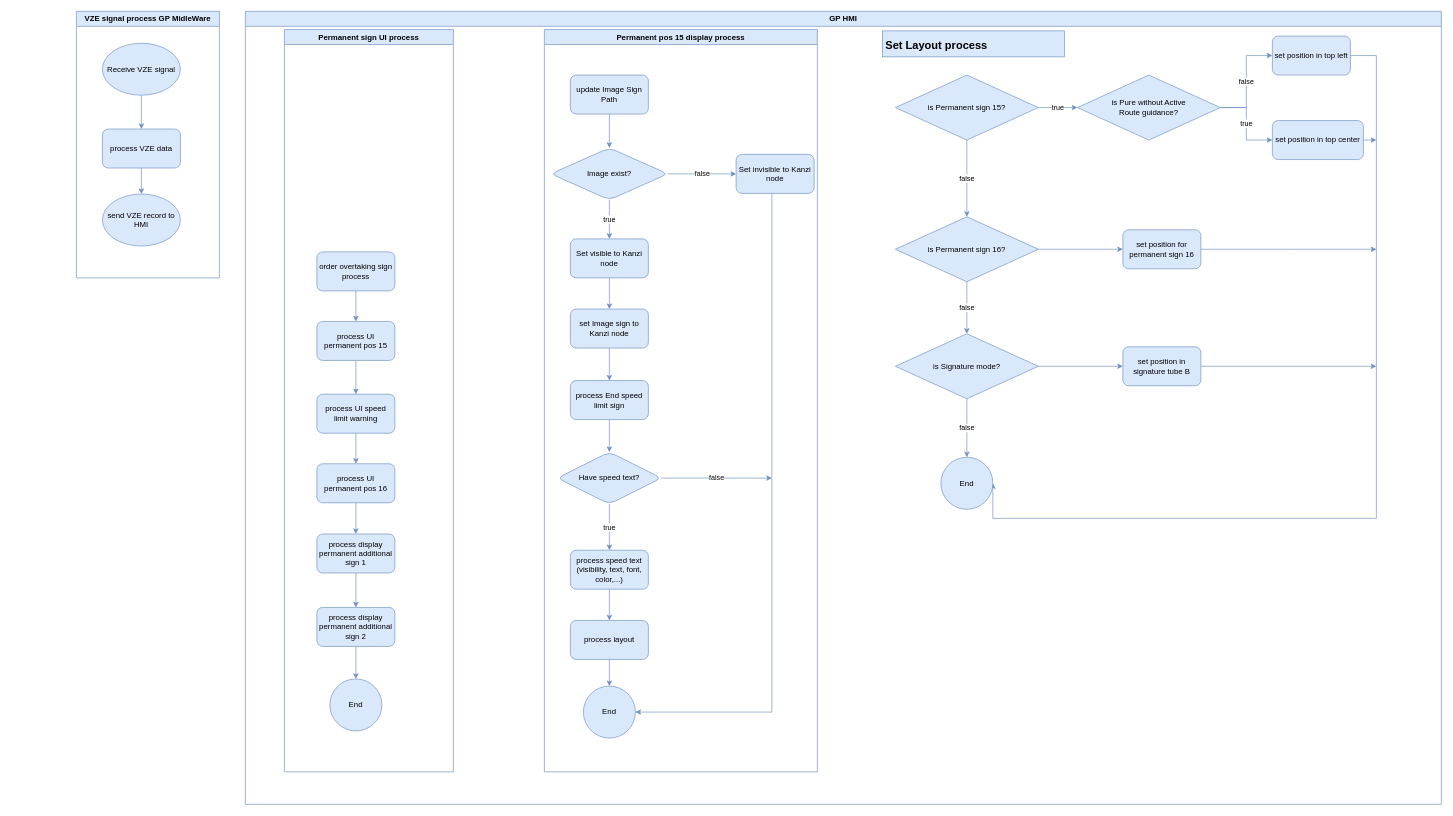
Earlier version of the draw.io diagram permanent_logic.drawio (LinhLa/Temp). Source tidied: cells renumbered, new cells numbered last; positions are measured from the earlier drawing's top-left corner, leaving out a move shared by most shapes. Both pictures are drawn from the tidied source at 65%, with x=0, y=0 at pixel (76, 11).
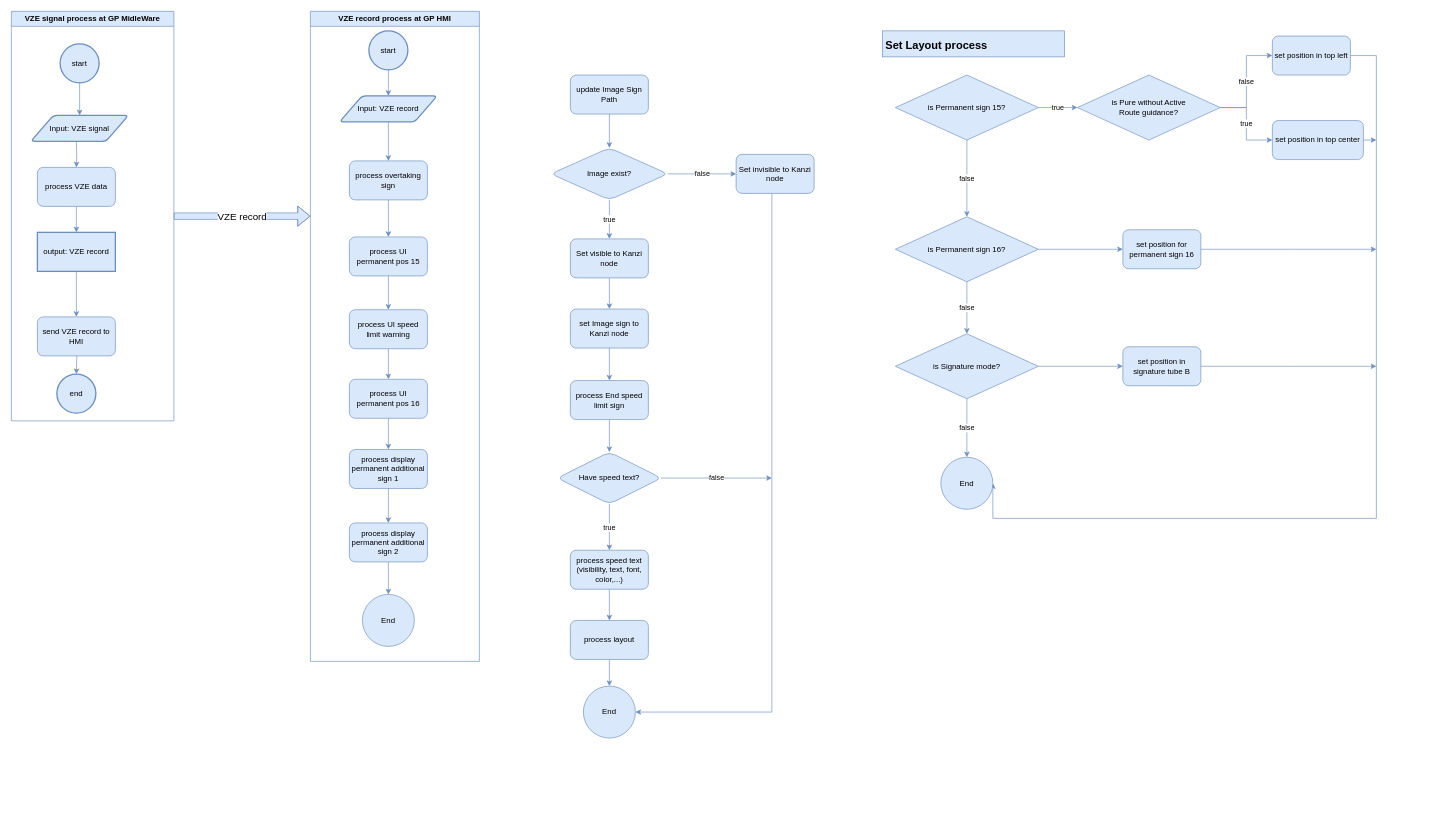
After the change.

The edit, as a diff of the source:
```diff
@@
-    <mxCell id="2" style="edgeStyle=orthogonalEdgeStyle;rounded=0;jettySize=auto;html=1;fillColor=#dae8fc;strokeColor=#6c8ebf;" parent="1" edge="1" source="3" target="17">
-      <mxGeometry relative="1" as="geometry" />
-    </mxCell>
-    <mxCell id="3" value="process UI permanent pos 16" style="whiteSpace=wrap;html=1;rounded=1;glass=0;strokeWidth=1;shadow=0;fillColor=#dae8fc;strokeColor=#6c8ebf;" parent="1" vertex="1">
-      <mxGeometry x="370" y="696" width="120" height="60" as="geometry" />
-    </mxCell>
-    <mxCell id="4" value="End" style="ellipse;whiteSpace=wrap;html=1;fillColor=#dae8fc;strokeColor=#6c8ebf;" parent="1" vertex="1">
-      <mxGeometry x="390" y="1027" width="80" height="80" as="geometry" />
-    </mxCell>
-    <mxCell id="5" style="edgeStyle=orthogonalEdgeStyle;rounded=0;jettySize=auto;html=1;fillColor=#dae8fc;strokeColor=#6c8ebf;" parent="1" edge="1" source="6" target="15">
-      <mxGeometry relative="1" as="geometry" />
-    </mxCell>
-    <mxCell id="6" value="process UI permanent pos 15" style="rounded=1;whiteSpace=wrap;html=1;fillColor=#dae8fc;strokeColor=#6c8ebf;" parent="1" vertex="1">
-      <mxGeometry x="370" y="477" width="120" height="60" as="geometry" />
-    </mxCell>
@@
-    <mxCell id="14" style="edgeStyle=orthogonalEdgeStyle;rounded=0;jettySize=auto;html=1;fillColor=#dae8fc;strokeColor=#6c8ebf;" parent="1" edge="1" source="15" target="3">
-      <mxGeometry relative="1" as="geometry" />
-    </mxCell>
-    <mxCell id="15" value="process UI speed limit warning" style="whiteSpace=wrap;html=1;fillColor=#dae8fc;strokeColor=#6c8ebf;rounded=1;" parent="1" vertex="1">
-      <mxGeometry x="370" y="589" width="120" height="60" as="geometry" />
-    </mxCell>
-    <mxCell id="16" style="edgeStyle=orthogonalEdgeStyle;rounded=0;jettySize=auto;html=1;fillColor=#dae8fc;strokeColor=#6c8ebf;" parent="1" edge="1" source="17" target="19">
-      <mxGeometry relative="1" as="geometry" />
-    </mxCell>
-    <mxCell id="17" value="process display permanent additional sign 1" style="whiteSpace=wrap;html=1;rounded=1;glass=0;strokeWidth=1;shadow=0;fillColor=#dae8fc;strokeColor=#6c8ebf;" parent="1" vertex="1">
-      <mxGeometry x="370" y="804" width="120" height="60" as="geometry" />
-    </mxCell>
-    <mxCell id="18" style="edgeStyle=orthogonalEdgeStyle;rounded=0;jettySize=auto;html=1;fillColor=#dae8fc;strokeColor=#6c8ebf;" parent="1" edge="1" source="19" target="4">
-      <mxGeometry relative="1" as="geometry" />
-    </mxCell>
-    <mxCell id="19" value="process display permanent additional sign 2" style="whiteSpace=wrap;html=1;rounded=1;glass=0;strokeWidth=1;shadow=0;fillColor=#dae8fc;strokeColor=#6c8ebf;" parent="1" vertex="1">
-      <mxGeometry x="370" y="917" width="120" height="60" as="geometry" />
-    </mxCell>
-    <mxCell id="20" style="edgeStyle=orthogonalEdgeStyle;rounded=0;jettySize=auto;html=1;fillColor=#dae8fc;strokeColor=#6c8ebf;" parent="1" edge="1" source="21" target="6">
-      <mxGeometry relative="1" as="geometry" />
-    </mxCell>
-    <mxCell id="21" value="order overtaking sign process" style="rounded=1;whiteSpace=wrap;html=1;fillColor=#dae8fc;strokeColor=#6c8ebf;" parent="1" vertex="1">
-      <mxGeometry x="370" y="370" width="120" height="60" as="geometry" />
-    </mxCell>
@@
-    <mxCell id="58" value="GP HMI" style="swimlane;whiteSpace=wrap;html=1;fillColor=#dae8fc;strokeColor=#6c8ebf;" parent="1" vertex="1">
-      <mxGeometry x="260" width="1840" height="1220" as="geometry" />
-    </mxCell>
-    <mxCell id="59" value="Permanent sign UI process" style="swimlane;whiteSpace=wrap;html=1;fillColor=#dae8fc;strokeColor=#6c8ebf;" parent="58" vertex="1">
-      <mxGeometry x="60" y="28" width="260" height="1142" as="geometry" />
-    </mxCell>
-    <mxCell id="60" value="Permanent pos 15 display process" style="swimlane;whiteSpace=wrap;html=1;fillColor=#dae8fc;strokeColor=#6c8ebf;" parent="58" vertex="1">
-      <mxGeometry x="460" y="28" width="420" height="1142" as="geometry" />
-    </mxCell>
+    <mxCell id="67" value="&lt;font style=&quot;font-size: 15px;&quot;&gt;VZE record&lt;/font&gt;" style="edgeStyle=orthogonalEdgeStyle;rounded=0;jettySize=auto;html=1;shape=flexArrow;fillColor=#dae8fc;strokeColor=#6c8ebf;" parent="1" edge="1" source="61">
+      <mxGeometry relative="1" as="geometry">
+        <mxPoint x="360" y="315" as="targetPoint" />
+      </mxGeometry>
+    </mxCell>
-    <mxCell id="61" value="VZE signal process GP MidleWare" style="swimlane;whiteSpace=wrap;html=1;fillColor=#dae8fc;strokeColor=#6c8ebf;" parent="1" vertex="1">
-      <mxGeometry width="220" height="410" as="geometry" />
+    <mxCell id="61" value="VZE signal process at GP MidleWare" style="swimlane;whiteSpace=wrap;html=1;fillColor=#dae8fc;strokeColor=#6c8ebf;" parent="1" vertex="1">
+      <mxGeometry x="-100" width="250" height="630" as="geometry" />
     </mxCell>
+    <mxCell id="68" style="edgeStyle=orthogonalEdgeStyle;rounded=0;jettySize=auto;html=1;fillColor=#dae8fc;strokeColor=#6c8ebf;" parent="61" edge="1" source="62" target="75">
+      <mxGeometry relative="1" as="geometry" />
+    </mxCell>
     <mxCell id="62" value="process VZE data" style="whiteSpace=wrap;html=1;fillColor=#dae8fc;strokeColor=#6c8ebf;rounded=1;" parent="61" vertex="1">
-      <mxGeometry x="40" y="181" width="120" height="60" as="geometry" />
+      <mxGeometry x="40" y="240" width="120" height="60" as="geometry" />
     </mxCell>
+    <mxCell id="69" style="edgeStyle=orthogonalEdgeStyle;rounded=0;jettySize=auto;html=1;fillColor=#dae8fc;strokeColor=#6c8ebf;" parent="61" edge="1" target="72">
+      <mxGeometry relative="1" as="geometry">
+        <mxPoint x="100" y="510" as="sourcePoint" />
+      </mxGeometry>
+    </mxCell>
+    <mxCell id="70" style="edgeStyle=orthogonalEdgeStyle;rounded=0;jettySize=auto;html=1;fillColor=#dae8fc;strokeColor=#6c8ebf;" parent="61" edge="1" source="71" target="76">
+      <mxGeometry relative="1" as="geometry" />
+    </mxCell>
+    <mxCell id="71" value="start" style="strokeWidth=2;html=1;shape=mxgraph.flowchart.start_2;whiteSpace=wrap;fillColor=#dae8fc;strokeColor=#6c8ebf;" parent="61" vertex="1">
+      <mxGeometry x="75" y="50" width="60" height="60" as="geometry" />
+    </mxCell>
+    <mxCell id="72" value="end" style="strokeWidth=2;html=1;shape=mxgraph.flowchart.start_2;whiteSpace=wrap;fillColor=#dae8fc;strokeColor=#6c8ebf;" parent="61" vertex="1">
+      <mxGeometry x="70" y="558" width="60" height="60" as="geometry" />
+    </mxCell>
+    <mxCell id="73" style="edgeStyle=orthogonalEdgeStyle;rounded=0;jettySize=auto;html=1;fillColor=#dae8fc;strokeColor=#6c8ebf;" parent="61" edge="1" target="62">
+      <mxGeometry relative="1" as="geometry">
+        <mxPoint x="100" y="200" as="sourcePoint" />
+      </mxGeometry>
+    </mxCell>
-    <mxCell id="63" value="send VZE record to HMI" style="ellipse;whiteSpace=wrap;html=1;fillColor=#dae8fc;strokeColor=#6c8ebf;" parent="61" vertex="1">
-      <mxGeometry x="40" y="281" width="120" height="80" as="geometry" />
+    <mxCell id="63" value="send VZE record to HMI" style="whiteSpace=wrap;html=1;fillColor=#dae8fc;strokeColor=#6c8ebf;rounded=1;" parent="61" vertex="1">
+      <mxGeometry x="40" y="470" width="120" height="60" as="geometry" />
     </mxCell>
-    <mxCell id="64" style="edgeStyle=orthogonalEdgeStyle;rounded=0;jettySize=auto;html=1;fillColor=#dae8fc;strokeColor=#6c8ebf;" parent="61" edge="1" source="62" target="63">
-      <mxGeometry relative="1" as="geometry" />
-    </mxCell>
-    <mxCell id="65" style="edgeStyle=orthogonalEdgeStyle;rounded=0;jettySize=auto;html=1;fillColor=#dae8fc;strokeColor=#6c8ebf;" parent="61" edge="1" source="66" target="62">
-      <mxGeometry relative="1" as="geometry" />
-    </mxCell>
-    <mxCell id="66" value="Receive VZE signal" style="ellipse;whiteSpace=wrap;html=1;fillColor=#dae8fc;strokeColor=#6c8ebf;" parent="61" vertex="1">
-      <mxGeometry x="40" y="49" width="120" height="80" as="geometry" />
-    </mxCell>
+    <mxCell id="74" style="edgeStyle=orthogonalEdgeStyle;rounded=0;jettySize=auto;html=1;fillColor=#dae8fc;strokeColor=#6c8ebf;" parent="61" edge="1" source="75" target="63">
+      <mxGeometry relative="1" as="geometry" />
+    </mxCell>
+    <mxCell id="75" value="output: VZE record" style="whiteSpace=wrap;html=1;fillColor=#dae8fc;strokeColor=#6c8ebf;strokeWidth=2;" parent="61" vertex="1">
+      <mxGeometry x="40" y="340" width="120" height="60" as="geometry" />
+    </mxCell>
+    <mxCell id="76" value="Input: VZE signal" style="shape=parallelogram;html=1;strokeWidth=2;perimeter=parallelogramPerimeter;whiteSpace=wrap;rounded=1;arcSize=12;size=0.23;fillColor=#dae8fc;strokeColor=#6c8ebf;" parent="61" vertex="1">
+      <mxGeometry x="30" y="160" width="150" height="40" as="geometry" />
+    </mxCell>
+    <mxCell id="77" value="VZE record process at GP HMI" style="swimlane;whiteSpace=wrap;html=1;fillColor=#dae8fc;strokeColor=#6c8ebf;" parent="1" vertex="1">
+      <mxGeometry x="360" width="260" height="1000" as="geometry" />
+    </mxCell>
+    <mxCell id="3" value="process UI permanent pos 16" style="whiteSpace=wrap;html=1;rounded=1;glass=0;strokeWidth=1;shadow=0;fillColor=#dae8fc;strokeColor=#6c8ebf;" parent="77" vertex="1">
+      <mxGeometry x="60" y="566" width="120" height="60" as="geometry" />
+    </mxCell>
+    <mxCell id="4" value="End" style="ellipse;whiteSpace=wrap;html=1;fillColor=#dae8fc;strokeColor=#6c8ebf;" parent="77" vertex="1">
+      <mxGeometry x="80" y="897" width="80" height="80" as="geometry" />
+    </mxCell>
+    <mxCell id="6" value="process UI permanent pos 15" style="rounded=1;whiteSpace=wrap;html=1;fillColor=#dae8fc;strokeColor=#6c8ebf;" parent="77" vertex="1">
+      <mxGeometry x="60" y="347" width="120" height="60" as="geometry" />
+    </mxCell>
+    <mxCell id="14" style="edgeStyle=orthogonalEdgeStyle;rounded=0;jettySize=auto;html=1;fillColor=#dae8fc;strokeColor=#6c8ebf;" parent="77" edge="1" source="15" target="3">
+      <mxGeometry relative="1" as="geometry" />
+    </mxCell>
+    <mxCell id="15" value="process UI speed limit warning" style="whiteSpace=wrap;html=1;fillColor=#dae8fc;strokeColor=#6c8ebf;rounded=1;" parent="77" vertex="1">
+      <mxGeometry x="60" y="459" width="120" height="60" as="geometry" />
+    </mxCell>
+    <mxCell id="5" style="edgeStyle=orthogonalEdgeStyle;rounded=0;jettySize=auto;html=1;fillColor=#dae8fc;strokeColor=#6c8ebf;" parent="77" edge="1" source="6" target="15">
+      <mxGeometry relative="1" as="geometry" />
+    </mxCell>
+    <mxCell id="17" value="process display permanent additional sign 1" style="whiteSpace=wrap;html=1;rounded=1;glass=0;strokeWidth=1;shadow=0;fillColor=#dae8fc;strokeColor=#6c8ebf;" parent="77" vertex="1">
+      <mxGeometry x="60" y="674" width="120" height="60" as="geometry" />
+    </mxCell>
+    <mxCell id="2" style="edgeStyle=orthogonalEdgeStyle;rounded=0;jettySize=auto;html=1;fillColor=#dae8fc;strokeColor=#6c8ebf;" parent="77" edge="1" source="3" target="17">
+      <mxGeometry relative="1" as="geometry" />
+    </mxCell>
+    <mxCell id="18" style="edgeStyle=orthogonalEdgeStyle;rounded=0;jettySize=auto;html=1;fillColor=#dae8fc;strokeColor=#6c8ebf;" parent="77" edge="1" source="19" target="4">
+      <mxGeometry relative="1" as="geometry" />
+    </mxCell>
+    <mxCell id="19" value="process display permanent additional sign 2" style="whiteSpace=wrap;html=1;rounded=1;glass=0;strokeWidth=1;shadow=0;fillColor=#dae8fc;strokeColor=#6c8ebf;" parent="77" vertex="1">
+      <mxGeometry x="60" y="787" width="120" height="60" as="geometry" />
+    </mxCell>
+    <mxCell id="16" style="edgeStyle=orthogonalEdgeStyle;rounded=0;jettySize=auto;html=1;fillColor=#dae8fc;strokeColor=#6c8ebf;" parent="77" edge="1" source="17" target="19">
+      <mxGeometry relative="1" as="geometry" />
+    </mxCell>
+    <mxCell id="78" style="edgeStyle=orthogonalEdgeStyle;rounded=0;jettySize=auto;html=1;fillColor=#dae8fc;strokeColor=#6c8ebf;" parent="77" edge="1" source="79" target="6">
+      <mxGeometry relative="1" as="geometry" />
+    </mxCell>
+    <mxCell id="79" value="process overtaking sign" style="rounded=1;whiteSpace=wrap;html=1;fillColor=#dae8fc;strokeColor=#6c8ebf;" parent="77" vertex="1">
+      <mxGeometry x="60" y="230" width="120" height="60" as="geometry" />
+    </mxCell>
+    <mxCell id="80" style="edgeStyle=orthogonalEdgeStyle;rounded=0;jettySize=auto;html=1;fillColor=#dae8fc;strokeColor=#6c8ebf;" parent="77" edge="1" source="81" target="79">
+      <mxGeometry relative="1" as="geometry" />
+    </mxCell>
+    <mxCell id="81" value="Input: VZE record" style="shape=parallelogram;html=1;strokeWidth=2;perimeter=parallelogramPerimeter;whiteSpace=wrap;rounded=1;arcSize=12;size=0.23;fillColor=#dae8fc;strokeColor=#6c8ebf;" parent="77" vertex="1">
+      <mxGeometry x="45" y="130" width="150" height="40" as="geometry" />
+    </mxCell>
+    <mxCell id="82" style="edgeStyle=orthogonalEdgeStyle;rounded=0;jettySize=auto;html=1;fillColor=#dae8fc;strokeColor=#6c8ebf;" parent="77" edge="1" source="83" target="81">
+      <mxGeometry relative="1" as="geometry" />
+    </mxCell>
+    <mxCell id="83" value="start" style="strokeWidth=2;html=1;shape=mxgraph.flowchart.start_2;whiteSpace=wrap;fillColor=#dae8fc;strokeColor=#6c8ebf;" parent="77" vertex="1">
+      <mxGeometry x="90" y="30" width="60" height="60" as="geometry" />
+    </mxCell>
```
